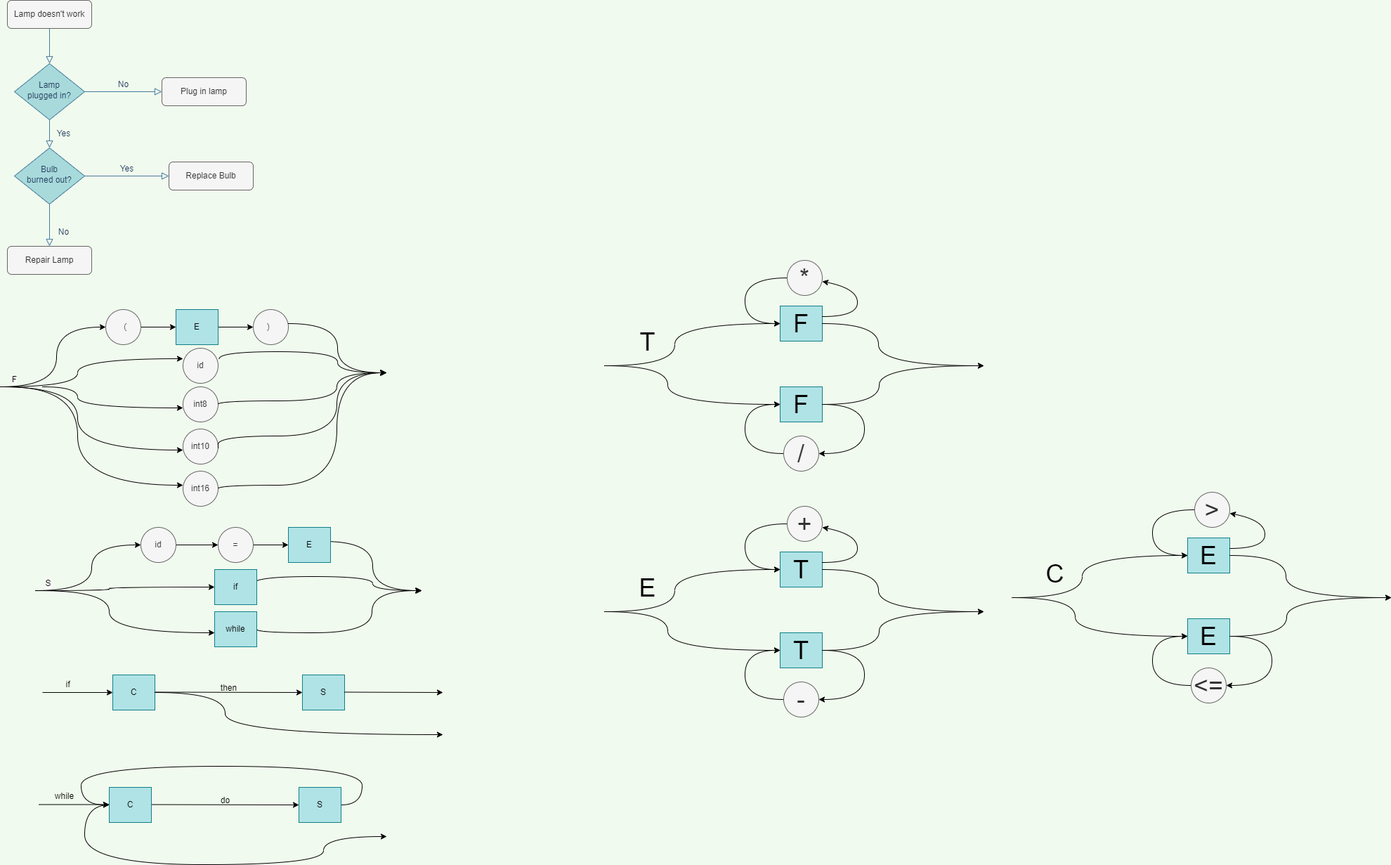
Above: Compile syntax diagram.png in volcanok/drawio (draw.io), before the change. Source tidied: cells renumbered, new cells last; positions are measured from the earlier drawing's top-left corner, leaving out a move shared by most shapes.
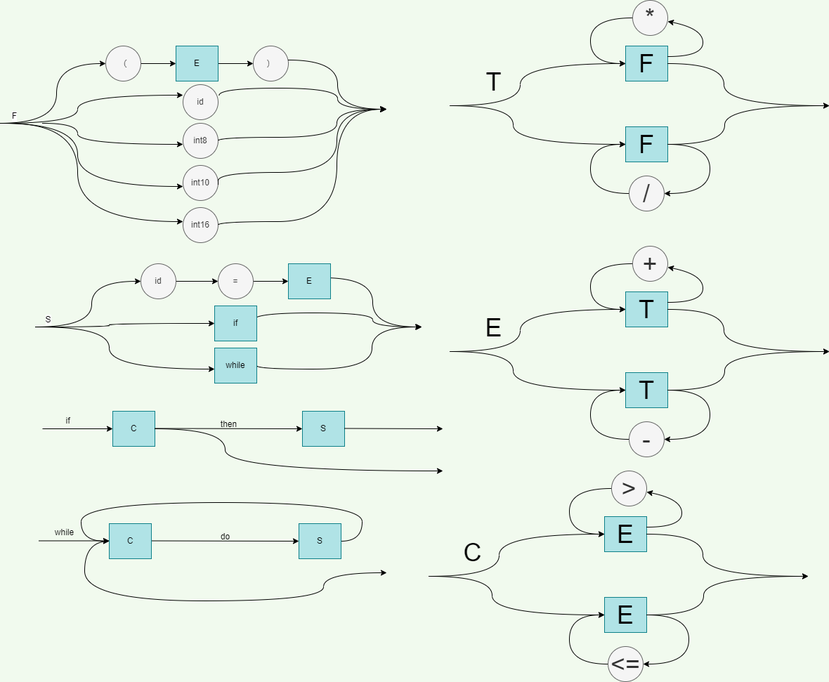
The same diagram one commit later.

The edit, as a diff of the source:
```diff
@@ -4,35 +4,2 @@
     <mxCell id="1" parent="0" />
-    <mxCell id="2" style="rounded=0;html=1;jettySize=auto;fontSize=11;endArrow=block;endFill=0;endSize=8;strokeWidth=1;shadow=0;labelBackgroundColor=none;edgeStyle=orthogonalEdgeStyle;strokeColor=#457B9D;fontColor=#1D3557;" parent="1" edge="1" source="3" target="6">
-      <mxGeometry relative="1" as="geometry" />
-    </mxCell>
-    <mxCell id="3" value="Lamp doesn't work" style="rounded=1;whiteSpace=wrap;html=1;fontSize=12;glass=0;strokeWidth=1;shadow=0;fillColor=#f5f5f5;fontColor=#333333;strokeColor=#666666;" parent="1" vertex="1">
-      <mxGeometry x="10" width="120" height="40" as="geometry" />
-    </mxCell>
-    <mxCell id="4" value="Yes" style="rounded=0;html=1;jettySize=auto;fontSize=11;endArrow=block;endFill=0;endSize=8;strokeWidth=1;shadow=0;labelBackgroundColor=none;edgeStyle=orthogonalEdgeStyle;strokeColor=#457B9D;fontColor=#1D3557;" parent="1" edge="1" source="6" target="10">
-      <mxGeometry y="20" relative="1" as="geometry" />
-    </mxCell>
-    <mxCell id="5" value="No" style="edgeStyle=orthogonalEdgeStyle;rounded=0;html=1;jettySize=auto;fontSize=11;endArrow=block;endFill=0;endSize=8;strokeWidth=1;shadow=0;labelBackgroundColor=none;strokeColor=#457B9D;fontColor=#1D3557;" parent="1" edge="1" source="6" target="7">
-      <mxGeometry y="10" relative="1" as="geometry" />
-    </mxCell>
-    <mxCell id="6" value="Lamp&lt;br&gt;plugged in?" style="rhombus;whiteSpace=wrap;html=1;shadow=0;fontFamily=Helvetica;fontSize=12;align=center;strokeWidth=1;spacing=6;spacingTop=-4;fillColor=#A8DADC;strokeColor=#457B9D;fontColor=#1D3557;" parent="1" vertex="1">
-      <mxGeometry x="20" y="90" width="100" height="80" as="geometry" />
-    </mxCell>
-    <mxCell id="7" value="Plug in lamp" style="rounded=1;whiteSpace=wrap;html=1;fontSize=12;glass=0;strokeWidth=1;shadow=0;fillColor=#f5f5f5;strokeColor=#666666;fontColor=#333333;" parent="1" vertex="1">
-      <mxGeometry x="230" y="110" width="120" height="40" as="geometry" />
-    </mxCell>
-    <mxCell id="8" value="No" style="rounded=0;html=1;jettySize=auto;fontSize=11;endArrow=block;endFill=0;endSize=8;strokeWidth=1;shadow=0;labelBackgroundColor=none;edgeStyle=orthogonalEdgeStyle;strokeColor=#457B9D;fontColor=#1D3557;" parent="1" edge="1" source="10" target="11">
-      <mxGeometry x="0.33" y="20" relative="1" as="geometry" />
-    </mxCell>
-    <mxCell id="9" value="Yes" style="edgeStyle=orthogonalEdgeStyle;rounded=0;html=1;jettySize=auto;fontSize=11;endArrow=block;endFill=0;endSize=8;strokeWidth=1;shadow=0;labelBackgroundColor=none;strokeColor=#457B9D;fontColor=#1D3557;" parent="1" edge="1" source="10" target="12">
-      <mxGeometry y="10" relative="1" as="geometry" />
-    </mxCell>
-    <mxCell id="10" value="Bulb&lt;br&gt;burned out?" style="rhombus;whiteSpace=wrap;html=1;shadow=0;fontFamily=Helvetica;fontSize=12;align=center;strokeWidth=1;spacing=6;spacingTop=-4;fillColor=#A8DADC;strokeColor=#457B9D;fontColor=#1D3557;" parent="1" vertex="1">
-      <mxGeometry x="20" y="210" width="100" height="80" as="geometry" />
-    </mxCell>
-    <mxCell id="11" value="Repair Lamp" style="rounded=1;whiteSpace=wrap;html=1;fontSize=12;glass=0;strokeWidth=1;shadow=0;fillColor=#f5f5f5;strokeColor=#666666;fontColor=#333333;" parent="1" vertex="1">
-      <mxGeometry x="10" y="350" width="120" height="40" as="geometry" />
-    </mxCell>
-    <mxCell id="12" value="Replace Bulb" style="rounded=1;whiteSpace=wrap;html=1;fontSize=12;glass=0;strokeWidth=1;shadow=0;fillColor=#f5f5f5;strokeColor=#666666;fontColor=#333333;" parent="1" vertex="1">
-      <mxGeometry x="240" y="230" width="120" height="40" as="geometry" />
-    </mxCell>
     <mxCell id="13" style="edgeStyle=orthogonalEdgeStyle;rounded=0;jettySize=auto;html=1;exitX=1;exitY=0.5;exitDx=0;exitDy=0;" parent="1" edge="1" source="14" target="18">
@@ -165,3 +132,3 @@
     <mxCell id="32" value="&lt;font style=&quot;font-size: 36px;&quot;&gt;F&lt;/font&gt;" style="rounded=0;whiteSpace=wrap;html=1;fillColor=#b0e3e6;strokeColor=#0e8088;" parent="1" vertex="1">
-      <mxGeometry x="1110" y="550" width="60" height="50" as="geometry" />
+      <mxGeometry x="890" y="555" width="60" height="50" as="geometry" />
     </mxCell>
@@ -169,6 +136,6 @@
       <mxGeometry relative="1" as="geometry">
-        <mxPoint x="860" y="520" as="sourcePoint" />
+        <mxPoint x="640" y="525" as="sourcePoint" />
         <Array as="points">
-          <mxPoint x="950" y="520" />
-          <mxPoint x="950" y="575" />
+          <mxPoint x="730" y="525" />
+          <mxPoint x="730" y="580" />
         </Array>
@@ -178,7 +145,7 @@
       <mxGeometry relative="1" as="geometry">
-        <mxPoint x="860" y="520" as="sourcePoint" />
-        <mxPoint x="1110" y="460" as="targetPoint" />
+        <mxPoint x="640" y="525" as="sourcePoint" />
+        <mxPoint x="890" y="465" as="targetPoint" />
         <Array as="points">
-          <mxPoint x="960" y="520" />
-          <mxPoint x="960" y="460" />
+          <mxPoint x="740" y="525" />
+          <mxPoint x="740" y="465" />
         </Array>
@@ -192,3 +159,3 @@
     <mxCell id="36" value="&lt;font style=&quot;font-size: 36px;&quot;&gt;F&lt;/font&gt;" style="rounded=0;whiteSpace=wrap;html=1;fillColor=#b0e3e6;strokeColor=#0e8088;" parent="1" vertex="1">
-      <mxGeometry x="1110" y="435" width="60" height="50" as="geometry" />
+      <mxGeometry x="890" y="440" width="60" height="50" as="geometry" />
     </mxCell>
@@ -196,6 +163,6 @@
       <mxGeometry relative="1" as="geometry">
-        <mxPoint x="1400" y="520" as="targetPoint" />
+        <mxPoint x="1180" y="525" as="targetPoint" />
         <Array as="points">
-          <mxPoint x="1250" y="460" />
-          <mxPoint x="1250" y="520" />
+          <mxPoint x="1030" y="465" />
+          <mxPoint x="1030" y="525" />
         </Array>
@@ -205,6 +172,6 @@
       <mxGeometry relative="1" as="geometry">
-        <mxPoint x="1400" y="520" as="targetPoint" />
+        <mxPoint x="1180" y="525" as="targetPoint" />
         <Array as="points">
-          <mxPoint x="1251" y="575" />
-          <mxPoint x="1251" y="520" />
+          <mxPoint x="1031" y="580" />
+          <mxPoint x="1031" y="525" />
         </Array>
@@ -214,8 +181,8 @@
       <mxGeometry relative="1" as="geometry">
-        <mxPoint x="1170" y="450" as="sourcePoint" />
-        <mxPoint x="1170" y="400" as="targetPoint" />
+        <mxPoint x="950" y="455" as="sourcePoint" />
+        <mxPoint x="950" y="405" as="targetPoint" />
         <Array as="points">
-          <mxPoint x="1220" y="450" />
-          <mxPoint x="1220" y="410" />
-          <mxPoint x="1170" y="400" />
+          <mxPoint x="1000" y="455" />
+          <mxPoint x="1000" y="415" />
+          <mxPoint x="950" y="405" />
         </Array>
@@ -226,4 +193,4 @@
         <Array as="points">
-          <mxPoint x="1060" y="645" />
-          <mxPoint x="1060" y="575" />
+          <mxPoint x="840" y="650" />
+          <mxPoint x="840" y="580" />
         </Array>
@@ -232,3 +199,3 @@
     <mxCell id="41" value="&lt;font style=&quot;font-size: 36px;&quot;&gt;/&lt;/font&gt;" style="ellipse;whiteSpace=wrap;html=1;fillColor=#f5f5f5;strokeColor=#666666;fontColor=#333333;rounded=1;glass=0;strokeWidth=1;shadow=0;" parent="1" vertex="1">
-      <mxGeometry x="1115" y="620" width="50" height="50" as="geometry" />
+      <mxGeometry x="895" y="625" width="50" height="50" as="geometry" />
     </mxCell>
@@ -237,4 +204,4 @@
         <Array as="points">
-          <mxPoint x="1060" y="395" />
-          <mxPoint x="1060" y="460" />
+          <mxPoint x="840" y="400" />
+          <mxPoint x="840" y="465" />
         </Array>
@@ -243,3 +210,3 @@
     <mxCell id="43" value="&lt;font style=&quot;font-size: 36px;&quot;&gt;*&lt;/font&gt;" style="ellipse;whiteSpace=wrap;html=1;fillColor=#f5f5f5;strokeColor=#666666;fontColor=#333333;rounded=1;glass=0;strokeWidth=1;shadow=0;" parent="1" vertex="1">
-      <mxGeometry x="1120" y="370" width="50" height="50" as="geometry" />
+      <mxGeometry x="900" y="375" width="50" height="50" as="geometry" />
     </mxCell>
@@ -248,4 +215,4 @@
         <Array as="points">
-          <mxPoint x="1230" y="575" />
-          <mxPoint x="1230" y="645" />
+          <mxPoint x="1010" y="580" />
+          <mxPoint x="1010" y="650" />
         </Array>
@@ -254,3 +221,3 @@
     <mxCell id="45" value="&lt;font style=&quot;font-size: 36px;&quot;&gt;T&lt;/font&gt;" style="rounded=0;whiteSpace=wrap;html=1;fillColor=#b0e3e6;strokeColor=#0e8088;" parent="1" vertex="1">
-      <mxGeometry x="1110" y="900" width="60" height="50" as="geometry" />
+      <mxGeometry x="890" y="905" width="60" height="50" as="geometry" />
     </mxCell>
@@ -258,6 +225,6 @@
       <mxGeometry relative="1" as="geometry">
-        <mxPoint x="860" y="870" as="sourcePoint" />
+        <mxPoint x="640" y="875" as="sourcePoint" />
         <Array as="points">
-          <mxPoint x="950" y="870" />
-          <mxPoint x="950" y="925" />
+          <mxPoint x="730" y="875" />
+          <mxPoint x="730" y="930" />
         </Array>
@@ -267,7 +234,7 @@
       <mxGeometry relative="1" as="geometry">
-        <mxPoint x="860" y="870" as="sourcePoint" />
-        <mxPoint x="1110" y="810" as="targetPoint" />
+        <mxPoint x="640" y="875" as="sourcePoint" />
+        <mxPoint x="890" y="815" as="targetPoint" />
         <Array as="points">
-          <mxPoint x="960" y="870" />
-          <mxPoint x="960" y="810" />
+          <mxPoint x="740" y="875" />
+          <mxPoint x="740" y="815" />
         </Array>
@@ -281,3 +248,3 @@
     <mxCell id="49" value="&lt;font style=&quot;font-size: 36px;&quot;&gt;T&lt;/font&gt;" style="rounded=0;whiteSpace=wrap;html=1;fillColor=#b0e3e6;strokeColor=#0e8088;" parent="1" vertex="1">
-      <mxGeometry x="1110" y="785" width="60" height="50" as="geometry" />
+      <mxGeometry x="890" y="790" width="60" height="50" as="geometry" />
     </mxCell>
@@ -285,6 +252,6 @@
       <mxGeometry relative="1" as="geometry">
-        <mxPoint x="1400" y="870" as="targetPoint" />
+        <mxPoint x="1180" y="875" as="targetPoint" />
         <Array as="points">
-          <mxPoint x="1250" y="810" />
-          <mxPoint x="1250" y="870" />
+          <mxPoint x="1030" y="815" />
+          <mxPoint x="1030" y="875" />
         </Array>
@@ -294,6 +261,6 @@
       <mxGeometry relative="1" as="geometry">
-        <mxPoint x="1400" y="870" as="targetPoint" />
+        <mxPoint x="1180" y="875" as="targetPoint" />
         <Array as="points">
-          <mxPoint x="1251" y="925" />
-          <mxPoint x="1251" y="870" />
+          <mxPoint x="1031" y="930" />
+          <mxPoint x="1031" y="875" />
         </Array>
@@ -303,8 +270,8 @@
       <mxGeometry relative="1" as="geometry">
-        <mxPoint x="1170" y="800" as="sourcePoint" />
-        <mxPoint x="1170" y="750" as="targetPoint" />
+        <mxPoint x="950" y="805" as="sourcePoint" />
+        <mxPoint x="950" y="755" as="targetPoint" />
         <Array as="points">
-          <mxPoint x="1220" y="800" />
-          <mxPoint x="1220" y="760" />
-          <mxPoint x="1170" y="750" />
+          <mxPoint x="1000" y="805" />
+          <mxPoint x="1000" y="765" />
+          <mxPoint x="950" y="755" />
         </Array>
@@ -315,4 +282,4 @@
         <Array as="points">
-          <mxPoint x="1060" y="995" />
-          <mxPoint x="1060" y="925" />
+          <mxPoint x="840" y="1000" />
+          <mxPoint x="840" y="930" />
         </Array>
@@ -321,3 +288,3 @@
     <mxCell id="54" value="&lt;font style=&quot;font-size: 36px;&quot;&gt;-&lt;/font&gt;" style="ellipse;whiteSpace=wrap;html=1;fillColor=#f5f5f5;strokeColor=#666666;fontColor=#333333;rounded=1;glass=0;strokeWidth=1;shadow=0;" parent="1" vertex="1">
-      <mxGeometry x="1115" y="970" width="50" height="50" as="geometry" />
+      <mxGeometry x="895" y="975" width="50" height="50" as="geometry" />
     </mxCell>
@@ -326,4 +293,4 @@
         <Array as="points">
-          <mxPoint x="1060" y="745" />
-          <mxPoint x="1060" y="810" />
+          <mxPoint x="840" y="750" />
+          <mxPoint x="840" y="815" />
         </Array>
@@ -332,3 +299,3 @@
     <mxCell id="56" value="&lt;font style=&quot;font-size: 36px;&quot;&gt;+&lt;/font&gt;" style="ellipse;whiteSpace=wrap;html=1;fillColor=#f5f5f5;strokeColor=#666666;fontColor=#333333;rounded=1;glass=0;strokeWidth=1;shadow=0;" parent="1" vertex="1">
-      <mxGeometry x="1120" y="720" width="50" height="50" as="geometry" />
+      <mxGeometry x="900" y="725" width="50" height="50" as="geometry" />
     </mxCell>
@@ -337,4 +304,4 @@
         <Array as="points">
-          <mxPoint x="1230" y="925" />
-          <mxPoint x="1230" y="995" />
+          <mxPoint x="1010" y="930" />
+          <mxPoint x="1010" y="1000" />
         </Array>
@@ -343,3 +310,3 @@
     <mxCell id="58" value="&lt;font style=&quot;font-size: 36px;&quot;&gt;E&lt;/font&gt;" style="rounded=0;whiteSpace=wrap;html=1;fillColor=#b0e3e6;strokeColor=#0e8088;" parent="1" vertex="1">
-      <mxGeometry x="1690" y="880" width="60" height="50" as="geometry" />
+      <mxGeometry x="860" y="1225" width="60" height="50" as="geometry" />
     </mxCell>
@@ -347,6 +314,6 @@
       <mxGeometry relative="1" as="geometry">
-        <mxPoint x="1440" y="850" as="sourcePoint" />
+        <mxPoint x="610" y="1195" as="sourcePoint" />
         <Array as="points">
-          <mxPoint x="1530" y="850" />
-          <mxPoint x="1530" y="905" />
+          <mxPoint x="700" y="1195" />
+          <mxPoint x="700" y="1250" />
         </Array>
@@ -356,7 +323,7 @@
       <mxGeometry relative="1" as="geometry">
-        <mxPoint x="1440" y="850" as="sourcePoint" />
-        <mxPoint x="1690" y="790" as="targetPoint" />
+        <mxPoint x="610" y="1195" as="sourcePoint" />
+        <mxPoint x="860" y="1135" as="targetPoint" />
         <Array as="points">
-          <mxPoint x="1540" y="850" />
-          <mxPoint x="1540" y="790" />
+          <mxPoint x="710" y="1195" />
+          <mxPoint x="710" y="1135" />
         </Array>
@@ -370,3 +337,3 @@
     <mxCell id="62" value="&lt;font style=&quot;font-size: 36px;&quot;&gt;E&lt;/font&gt;" style="rounded=0;whiteSpace=wrap;html=1;fillColor=#b0e3e6;strokeColor=#0e8088;" parent="1" vertex="1">
-      <mxGeometry x="1690" y="765" width="60" height="50" as="geometry" />
+      <mxGeometry x="860" y="1110" width="60" height="50" as="geometry" />
     </mxCell>
@@ -374,6 +341,6 @@
       <mxGeometry relative="1" as="geometry">
-        <mxPoint x="1980" y="850" as="targetPoint" />
+        <mxPoint x="1150" y="1195" as="targetPoint" />
         <Array as="points">
-          <mxPoint x="1830" y="790" />
-          <mxPoint x="1830" y="850" />
+          <mxPoint x="1000" y="1135" />
+          <mxPoint x="1000" y="1195" />
         </Array>
@@ -383,6 +350,6 @@
       <mxGeometry relative="1" as="geometry">
-        <mxPoint x="1980" y="850" as="targetPoint" />
+        <mxPoint x="1150" y="1195" as="targetPoint" />
         <Array as="points">
-          <mxPoint x="1831" y="905" />
-          <mxPoint x="1831" y="850" />
+          <mxPoint x="1001" y="1250" />
+          <mxPoint x="1001" y="1195" />
         </Array>
@@ -392,8 +359,8 @@
       <mxGeometry relative="1" as="geometry">
-        <mxPoint x="1750" y="780" as="sourcePoint" />
-        <mxPoint x="1750" y="730" as="targetPoint" />
+        <mxPoint x="920" y="1125" as="sourcePoint" />
+        <mxPoint x="920" y="1075" as="targetPoint" />
         <Array as="points">
-          <mxPoint x="1800" y="780" />
-          <mxPoint x="1800" y="740" />
-          <mxPoint x="1750" y="730" />
+          <mxPoint x="970" y="1125" />
+          <mxPoint x="970" y="1085" />
+          <mxPoint x="920" y="1075" />
         </Array>
@@ -404,4 +371,4 @@
         <Array as="points">
-          <mxPoint x="1640" y="975" />
-          <mxPoint x="1640" y="905" />
+          <mxPoint x="810" y="1320" />
+          <mxPoint x="810" y="1250" />
         </Array>
@@ -410,3 +377,3 @@
     <mxCell id="67" value="&lt;font style=&quot;font-size: 36px;&quot;&gt;&amp;lt;=&lt;/font&gt;" style="ellipse;whiteSpace=wrap;html=1;fillColor=#f5f5f5;strokeColor=#666666;fontColor=#333333;rounded=1;glass=0;strokeWidth=1;shadow=0;" parent="1" vertex="1">
-      <mxGeometry x="1695" y="950" width="50" height="50" as="geometry" />
+      <mxGeometry x="865" y="1295" width="50" height="50" as="geometry" />
     </mxCell>
@@ -415,4 +382,4 @@
         <Array as="points">
-          <mxPoint x="1640" y="725" />
-          <mxPoint x="1640" y="790" />
+          <mxPoint x="810" y="1070" />
+          <mxPoint x="810" y="1135" />
         </Array>
@@ -421,3 +388,3 @@
     <mxCell id="69" value="&lt;font style=&quot;font-size: 36px;&quot;&gt;&amp;gt;&lt;/font&gt;" style="ellipse;whiteSpace=wrap;html=1;fillColor=#f5f5f5;strokeColor=#666666;fontColor=#333333;rounded=1;glass=0;strokeWidth=1;shadow=0;" parent="1" vertex="1">
-      <mxGeometry x="1700" y="700" width="50" height="50" as="geometry" />
+      <mxGeometry x="870" y="1045" width="50" height="50" as="geometry" />
     </mxCell>
@@ -426,4 +393,4 @@
         <Array as="points">
-          <mxPoint x="1810" y="905" />
-          <mxPoint x="1810" y="975" />
+          <mxPoint x="980" y="1250" />
+          <mxPoint x="980" y="1320" />
         </Array>
```
